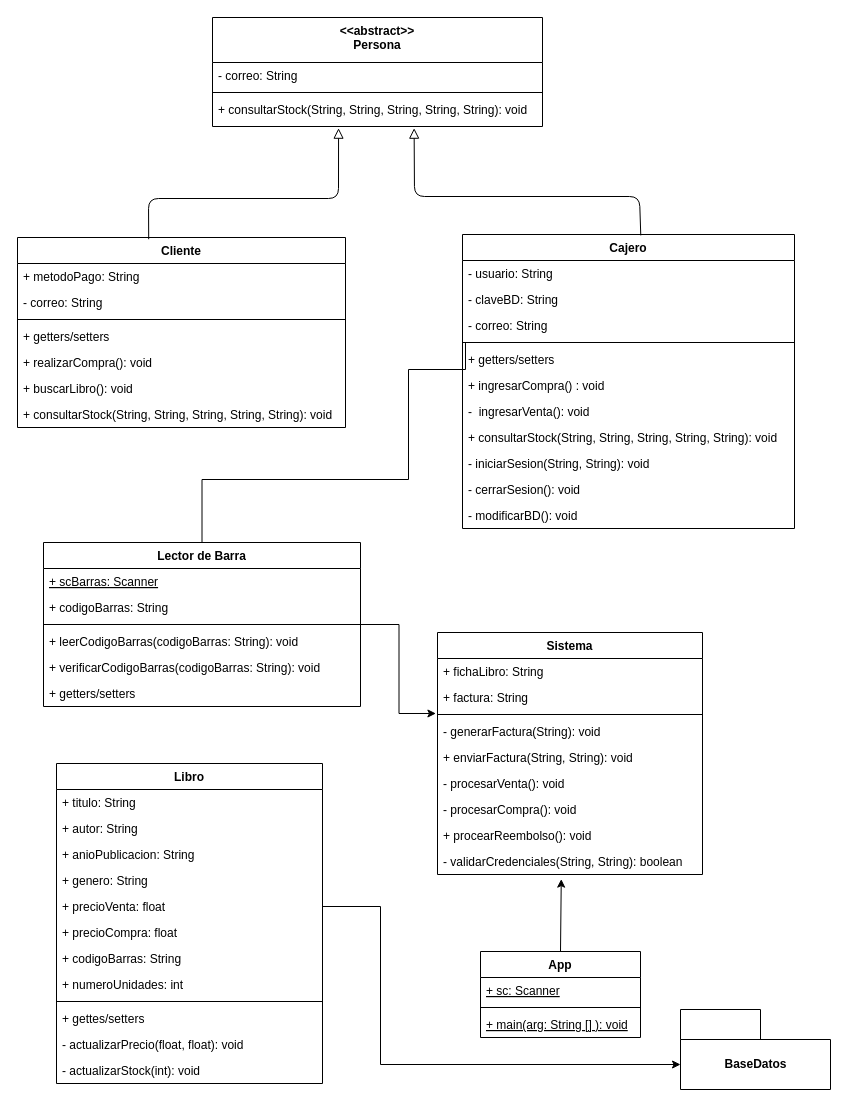
This is design/DC_PrjL.dio from AlejandroTTD/Chapter-Connect-Library, a draw.io file, before an edit. Source tidied: cells renumbered, new cells numbered last; positions are measured from the earlier drawing's top-left corner, leaving out a move shared by most shapes. Both pictures are drawn from the tidied source at 100%, with x=0, y=0 at pixel (17, 17).
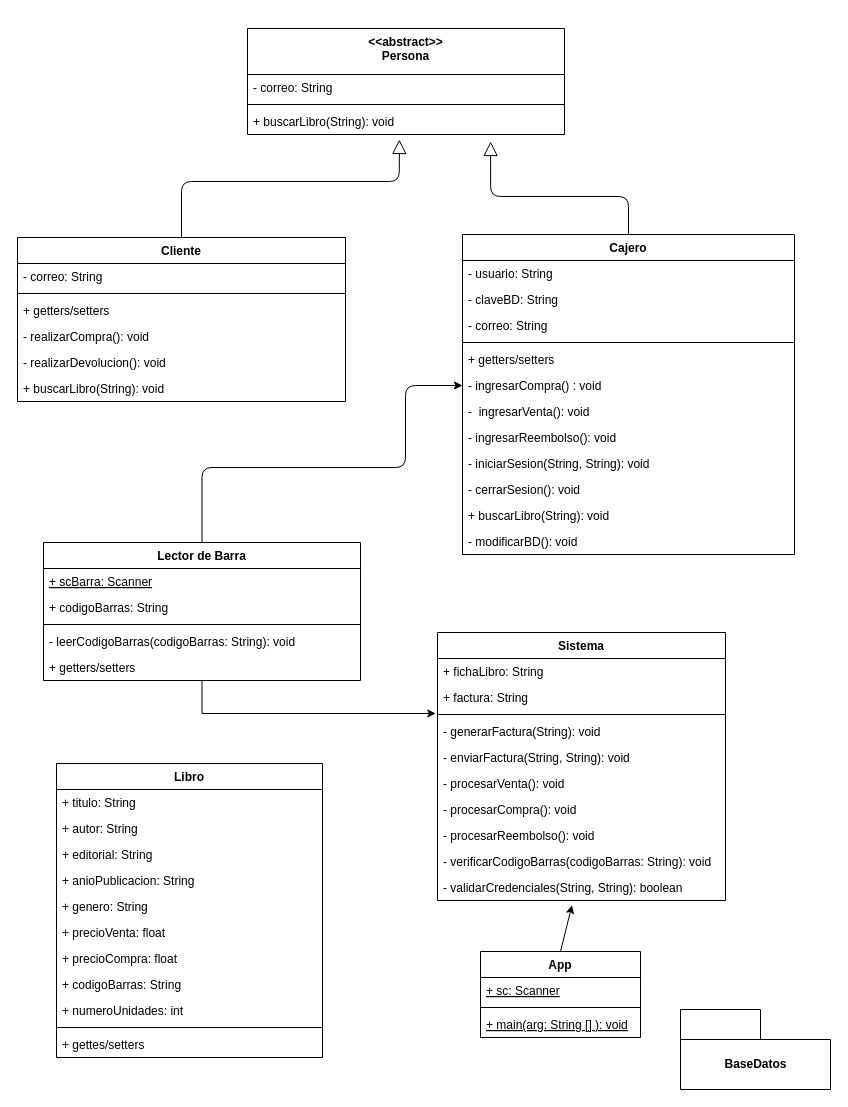
Above is the later version.

The change refers to these unchanged cells:
```xml
<mxCell id="15" value="+ getters/setters" style="text;strokeColor=none;fillColor=none;align=left;verticalAlign=top;spacingLeft=4;spacingRight=4;overflow=hidden;points=[[0,0.5],[1,0.5]];portConstraint=eastwest;" parent="10" vertex="1">
  <mxGeometry y="112" width="332" height="26" as="geometry" />
</mxCell>
<mxCell id="61" value="BaseDatos" style="shape=folder;fontStyle=1;tabWidth=80;tabHeight=30;tabPosition=left;html=1;boundedLbl=1;" parent="1" vertex="1">
  <mxGeometry x="663" y="992" width="150" height="80" as="geometry" />
</mxCell>
```

The edit, as a diff of the source:
```diff
@@
     <mxCell id="2" value="Cliente" style="swimlane;fontStyle=1;align=center;verticalAlign=top;horizontal=1;startSize=26;" parent="1" vertex="1">
-      <mxGeometry y="220" width="328" height="190" as="geometry" />
+      <mxGeometry y="220" width="328" height="164" as="geometry" />
     </mxCell>
-    <mxCell id="3" value="+ metodoPago: String" style="text;strokeColor=none;fillColor=none;align=left;verticalAlign=top;spacingLeft=4;spacingRight=4;overflow=hidden;" parent="2" vertex="1">
-      <mxGeometry y="26" width="328" height="26" as="geometry" />
-    </mxCell>
     <mxCell id="4" value="- correo: String" style="text;strokeColor=none;fillColor=none;align=left;verticalAlign=top;spacingLeft=4;spacingRight=4;overflow=hidden;" parent="2" vertex="1">
-      <mxGeometry y="52" width="328" height="26" as="geometry" />
+      <mxGeometry y="26" width="328" height="26" as="geometry" />
     </mxCell>
     <mxCell id="5" style="line;strokeWidth=1;fillColor=none;align=left;verticalAlign=middle;spacingTop=-1;spacingLeft=3;spacingRight=3;labelPosition=right;strokeColor=inherit;" parent="2" vertex="1">
-      <mxGeometry y="78" width="328" height="8" as="geometry" />
+      <mxGeometry y="52" width="328" height="8" as="geometry" />
     </mxCell>
     <mxCell id="6" value="+ getters/setters" style="text;strokeColor=none;fillColor=none;align=left;verticalAlign=top;spacingLeft=4;spacingRight=4;overflow=hidden;" parent="2" vertex="1">
-      <mxGeometry y="86" width="328" height="26" as="geometry" />
+      <mxGeometry y="60" width="328" height="26" as="geometry" />
     </mxCell>
-    <mxCell id="7" value="+ realizarCompra(): void" style="text;strokeColor=none;fillColor=none;align=left;verticalAlign=top;spacingLeft=4;spacingRight=4;overflow=hidden;" parent="2" vertex="1">
-      <mxGeometry y="112" width="328" height="26" as="geometry" />
+    <mxCell id="7" value="- realizarCompra(): void" style="text;strokeColor=none;fillColor=none;align=left;verticalAlign=top;spacingLeft=4;spacingRight=4;overflow=hidden;" parent="2" vertex="1">
+      <mxGeometry y="86" width="328" height="26" as="geometry" />
     </mxCell>
-    <mxCell id="8" value="+ buscarLibro(): void" style="text;strokeColor=none;fillColor=none;align=left;verticalAlign=top;spacingLeft=4;spacingRight=4;overflow=hidden;" parent="2" vertex="1">
-      <mxGeometry y="138" width="328" height="26" as="geometry" />
-    </mxCell>
-    <mxCell id="9" value="+ consultarStock(String, String, String, String, String): void" style="text;strokeColor=none;fillColor=none;align=left;verticalAlign=top;spacingLeft=4;spacingRight=4;overflow=hidden;" parent="2" vertex="1">
-      <mxGeometry y="164" width="328" height="26" as="geometry" />
-    </mxCell>
+    <mxCell id="67" value="- realizarDevolucion(): void" style="text;strokeColor=none;fillColor=none;align=left;verticalAlign=top;spacingLeft=4;spacingRight=4;overflow=hidden;" parent="2" vertex="1">
+      <mxGeometry y="112" width="328" height="26" as="geometry" />
+    </mxCell>
+    <mxCell id="68" value="+ buscarLibro(String): void" style="text;strokeColor=none;fillColor=none;align=left;verticalAlign=top;spacingLeft=4;spacingRight=4;overflow=hidden;" parent="2" vertex="1">
+      <mxGeometry y="138" width="328" height="26" as="geometry" />
+    </mxCell>
     <mxCell id="10" value="Cajero" style="swimlane;fontStyle=1;align=center;verticalAlign=top;horizontal=1;startSize=26;" parent="1" vertex="1">
-      <mxGeometry x="445" y="217" width="332" height="294" as="geometry" />
+      <mxGeometry x="445" y="217" width="332" height="320" as="geometry" />
     </mxCell>
@@
-    <mxCell id="16" value="+ ingresarCompra() : void" style="text;strokeColor=none;fillColor=none;align=left;verticalAlign=top;spacingLeft=4;spacingRight=4;overflow=hidden;points=[[0,0.5],[1,0.5]];portConstraint=eastwest;" parent="10" vertex="1">
+    <mxCell id="16" value="- ingresarCompra() : void" style="text;strokeColor=none;fillColor=none;align=left;verticalAlign=top;spacingLeft=4;spacingRight=4;overflow=hidden;points=[[0,0.5],[1,0.5]];portConstraint=eastwest;" parent="10" vertex="1">
       <mxGeometry y="138" width="332" height="26" as="geometry" />
     </mxCell>
@@
-    <mxCell id="18" value="+ consultarStock(String, String, String, String, String): void" style="text;strokeColor=none;fillColor=none;align=left;verticalAlign=top;spacingLeft=4;spacingRight=4;overflow=hidden;" parent="10" vertex="1">
-      <mxGeometry y="190" width="332" height="26" as="geometry" />
-    </mxCell>
+    <mxCell id="69" value="- ingresarReembolso(): void" style="text;strokeColor=none;fillColor=none;align=left;verticalAlign=top;spacingLeft=4;spacingRight=4;overflow=hidden;" parent="10" vertex="1">
+      <mxGeometry y="190" width="332" height="26" as="geometry" />
+    </mxCell>
@@
+    <mxCell id="70" value="+ buscarLibro(String): void" style="text;strokeColor=none;fillColor=none;align=left;verticalAlign=top;spacingLeft=4;spacingRight=4;overflow=hidden;" parent="10" vertex="1">
+      <mxGeometry y="268" width="332" height="26" as="geometry" />
+    </mxCell>
     <mxCell id="21" value="- modificarBD(): void&#10;" style="text;strokeColor=none;fillColor=none;align=left;verticalAlign=top;spacingLeft=4;spacingRight=4;overflow=hidden;" parent="10" vertex="1">
-      <mxGeometry y="268" width="332" height="26" as="geometry" />
+      <mxGeometry y="294" width="332" height="26" as="geometry" />
     </mxCell>
-    <mxCell id="22" value="&lt;&lt;abstract&gt;&gt;&#10;Persona" style="swimlane;fontStyle=1;align=center;verticalAlign=top;horizontal=1;startSize=45;" parent="1" vertex="1">
-      <mxGeometry x="195" width="330" height="109" as="geometry" />
-    </mxCell>
-    <mxCell id="23" value="- correo: String" style="text;strokeColor=none;fillColor=none;align=left;verticalAlign=top;spacingLeft=4;spacingRight=4;overflow=hidden;" parent="22" vertex="1">
-      <mxGeometry y="45" width="330" height="26" as="geometry" />
-    </mxCell>
-    <mxCell id="24" style="line;strokeWidth=1;fillColor=none;align=left;verticalAlign=middle;spacingTop=-1;spacingLeft=3;spacingRight=3;labelPosition=right;strokeColor=inherit;" parent="22" vertex="1">
-      <mxGeometry y="71" width="330" height="8" as="geometry" />
-    </mxCell>
-    <mxCell id="25" value="+ consultarStock(String, String, String, String, String): void" style="text;strokeColor=none;fillColor=none;align=left;verticalAlign=top;spacingLeft=4;spacingRight=4;overflow=hidden;points=[[0,0.5],[1,0.5]];portConstraint=eastwest;" parent="22" vertex="1">
-      <mxGeometry y="79" width="330" height="30" as="geometry" />
-    </mxCell>
@@
+    <mxCell id="71" style="edgeStyle=orthogonalEdgeStyle;html=1;entryX=0;entryY=0.5;entryDx=0;entryDy=0;" parent="1" edge="1" source="27" target="16">
+      <mxGeometry relative="1" as="geometry">
+        <Array as="points">
+          <mxPoint x="185" y="450" />
+          <mxPoint x="388" y="450" />
+          <mxPoint x="388" y="368" />
+        </Array>
+      </mxGeometry>
+    </mxCell>
     <mxCell id="27" value="Lector de Barra" style="swimlane;fontStyle=1;align=center;verticalAlign=top;horizontal=1;startSize=26;" parent="1" vertex="1">
-      <mxGeometry x="26" y="525" width="317" height="164" as="geometry" />
+      <mxGeometry x="26" y="525" width="317" height="138" as="geometry" />
     </mxCell>
-    <mxCell id="28" value="+ scBarras: Scanner" style="text;strokeColor=none;fillColor=none;align=left;verticalAlign=top;spacingLeft=4;spacingRight=4;overflow=hidden;fontStyle=4;" parent="27" vertex="1">
+    <mxCell id="28" value="+ scBarra: Scanner" style="text;strokeColor=none;fillColor=none;align=left;verticalAlign=top;spacingLeft=4;spacingRight=4;overflow=hidden;fontStyle=4;" parent="27" vertex="1">
       <mxGeometry y="26" width="317" height="26" as="geometry" />
     </mxCell>
@@
-    <mxCell id="31" value="+ leerCodigoBarras(codigoBarras: String): void" style="text;strokeColor=none;fillColor=none;align=left;verticalAlign=top;spacingLeft=4;spacingRight=4;overflow=hidden;" parent="27" vertex="1">
+    <mxCell id="31" value="- leerCodigoBarras(codigoBarras: String): void" style="text;strokeColor=none;fillColor=none;align=left;verticalAlign=top;spacingLeft=4;spacingRight=4;overflow=hidden;" parent="27" vertex="1">
       <mxGeometry y="86" width="317" height="26" as="geometry" />
     </mxCell>
-    <mxCell id="32" value="+ verificarCodigoBarras(codigoBarras: String): void" style="text;strokeColor=none;fillColor=none;align=left;verticalAlign=top;spacingLeft=4;spacingRight=4;overflow=hidden;" parent="27" vertex="1">
-      <mxGeometry y="112" width="317" height="26" as="geometry" />
-    </mxCell>
     <mxCell id="33" value="+ getters/setters" style="text;strokeColor=none;fillColor=none;align=left;verticalAlign=top;spacingLeft=4;spacingRight=4;overflow=hidden;" parent="27" vertex="1">
-      <mxGeometry y="138" width="317" height="26" as="geometry" />
+      <mxGeometry y="112" width="317" height="26" as="geometry" />
     </mxCell>
@@
     <mxCell id="38" value="Sistema" style="swimlane;fontStyle=1;align=center;verticalAlign=top;horizontal=1;startSize=26;" parent="1" vertex="1">
-      <mxGeometry x="420" y="615" width="265" height="242" as="geometry" />
+      <mxGeometry x="420" y="615" width="288" height="268" as="geometry" />
     </mxCell>
     <mxCell id="39" value="+ fichaLibro: String" style="text;strokeColor=none;fillColor=none;align=left;verticalAlign=top;spacingLeft=4;spacingRight=4;overflow=hidden;" parent="38" vertex="1">
-      <mxGeometry y="26" width="265" height="26" as="geometry" />
+      <mxGeometry y="26" width="288" height="26" as="geometry" />
     </mxCell>
     <mxCell id="40" value="+ factura: String" style="text;strokeColor=none;fillColor=none;align=left;verticalAlign=top;spacingLeft=4;spacingRight=4;overflow=hidden;points=[[0,0.5],[1,0.5]];portConstraint=eastwest;" parent="38" vertex="1">
-      <mxGeometry y="52" width="265" height="26" as="geometry" />
+      <mxGeometry y="52" width="288" height="26" as="geometry" />
     </mxCell>
     <mxCell id="41" style="line;strokeWidth=1;fillColor=none;align=left;verticalAlign=middle;spacingTop=-1;spacingLeft=3;spacingRight=3;labelPosition=right;strokeColor=inherit;" parent="38" vertex="1">
-      <mxGeometry y="78" width="265" height="8" as="geometry" />
+      <mxGeometry y="78" width="288" height="8" as="geometry" />
     </mxCell>
     <mxCell id="42" value="- generarFactura(String): void" style="text;strokeColor=none;fillColor=none;align=left;verticalAlign=top;spacingLeft=4;spacingRight=4;overflow=hidden;" parent="38" vertex="1">
-      <mxGeometry y="86" width="265" height="26" as="geometry" />
+      <mxGeometry y="86" width="288" height="26" as="geometry" />
     </mxCell>
-    <mxCell id="43" value="+ enviarFactura(String, String): void" style="text;strokeColor=none;fillColor=none;align=left;verticalAlign=top;spacingLeft=4;spacingRight=4;overflow=hidden;" parent="38" vertex="1">
-      <mxGeometry y="112" width="265" height="26" as="geometry" />
+    <mxCell id="43" value="- enviarFactura(String, String): void" style="text;strokeColor=none;fillColor=none;align=left;verticalAlign=top;spacingLeft=4;spacingRight=4;overflow=hidden;" parent="38" vertex="1">
+      <mxGeometry y="112" width="288" height="26" as="geometry" />
     </mxCell>
     <mxCell id="44" value="- procesarVenta(): void" style="text;strokeColor=none;fillColor=none;align=left;verticalAlign=top;spacingLeft=4;spacingRight=4;overflow=hidden;" parent="38" vertex="1">
-      <mxGeometry y="138" width="265" height="26" as="geometry" />
+      <mxGeometry y="138" width="288" height="26" as="geometry" />
     </mxCell>
     <mxCell id="45" value="- procesarCompra(): void&#10;" style="text;strokeColor=none;fillColor=none;align=left;verticalAlign=top;spacingLeft=4;spacingRight=4;overflow=hidden;" parent="38" vertex="1">
-      <mxGeometry y="164" width="265" height="26" as="geometry" />
+      <mxGeometry y="164" width="288" height="26" as="geometry" />
     </mxCell>
-    <mxCell id="46" value="+ procearReembolso(): void" style="text;strokeColor=none;fillColor=none;align=left;verticalAlign=top;spacingLeft=4;spacingRight=4;overflow=hidden;" parent="38" vertex="1">
-      <mxGeometry y="190" width="265" height="26" as="geometry" />
+    <mxCell id="46" value="- procesarReembolso(): void" style="text;strokeColor=none;fillColor=none;align=left;verticalAlign=top;spacingLeft=4;spacingRight=4;overflow=hidden;" parent="38" vertex="1">
+      <mxGeometry y="190" width="288" height="26" as="geometry" />
     </mxCell>
+    <mxCell id="72" value="- verificarCodigoBarras(codigoBarras: String): void" style="text;strokeColor=none;fillColor=none;align=left;verticalAlign=top;spacingLeft=4;spacingRight=4;overflow=hidden;" parent="38" vertex="1">
+      <mxGeometry y="216" width="288" height="26" as="geometry" />
+    </mxCell>
     <mxCell id="47" value="- validarCredenciales(String, String): boolean" style="text;strokeColor=none;fillColor=none;align=left;verticalAlign=top;spacingLeft=4;spacingRight=4;overflow=hidden;points=[[0,0.5],[1,0.5]];portConstraint=eastwest;" parent="38" vertex="1">
-      <mxGeometry y="216" width="265" height="26" as="geometry" />
+      <mxGeometry y="242" width="288" height="26" as="geometry" />
     </mxCell>
     <mxCell id="48" value="Libro" style="swimlane;fontStyle=1;align=center;verticalAlign=top;horizontal=1;startSize=26;" parent="1" vertex="1">
-      <mxGeometry x="39" y="746" width="266" height="320" as="geometry" />
+      <mxGeometry x="39" y="746" width="266" height="294" as="geometry" />
     </mxCell>
@@
+    <mxCell id="73" value="+ editorial: String" style="text;strokeColor=none;fillColor=none;align=left;verticalAlign=top;spacingLeft=4;spacingRight=4;overflow=hidden;" parent="48" vertex="1">
+      <mxGeometry y="78" width="266" height="26" as="geometry" />
+    </mxCell>
     <mxCell id="51" value="+ anioPublicacion: String" style="text;strokeColor=none;fillColor=none;align=left;verticalAlign=top;spacingLeft=4;spacingRight=4;overflow=hidden;" parent="48" vertex="1">
-      <mxGeometry y="78" width="266" height="26" as="geometry" />
+      <mxGeometry y="104" width="266" height="26" as="geometry" />
     </mxCell>
     <mxCell id="52" value="+ genero: String" style="text;strokeColor=none;fillColor=none;align=left;verticalAlign=top;spacingLeft=4;spacingRight=4;overflow=hidden;" parent="48" vertex="1">
-      <mxGeometry y="104" width="266" height="26" as="geometry" />
+      <mxGeometry y="130" width="266" height="26" as="geometry" />
     </mxCell>
     <mxCell id="53" value="+ precioVenta: float" style="text;strokeColor=none;fillColor=none;align=left;verticalAlign=top;spacingLeft=4;spacingRight=4;overflow=hidden;points=[[0,0.5],[1,0.5]];portConstraint=eastwest;" parent="48" vertex="1">
-      <mxGeometry y="130" width="266" height="26" as="geometry" />
+      <mxGeometry y="156" width="266" height="26" as="geometry" />
     </mxCell>
     <mxCell id="54" value="+ precioCompra: float" style="text;strokeColor=none;fillColor=none;align=left;verticalAlign=top;spacingLeft=4;spacingRight=4;overflow=hidden;" parent="48" vertex="1">
-      <mxGeometry y="156" width="266" height="26" as="geometry" />
+      <mxGeometry y="182" width="266" height="26" as="geometry" />
     </mxCell>
     <mxCell id="55" value="+ codigoBarras: String" style="text;strokeColor=none;fillColor=none;align=left;verticalAlign=top;spacingLeft=4;spacingRight=4;overflow=hidden;" parent="48" vertex="1">
-      <mxGeometry y="182" width="266" height="26" as="geometry" />
+      <mxGeometry y="208" width="266" height="26" as="geometry" />
     </mxCell>
     <mxCell id="56" value="+ numeroUnidades: int" style="text;strokeColor=none;fillColor=none;align=left;verticalAlign=top;spacingLeft=4;spacingRight=4;overflow=hidden;" parent="48" vertex="1">
-      <mxGeometry y="208" width="266" height="26" as="geometry" />
+      <mxGeometry y="234" width="266" height="26" as="geometry" />
     </mxCell>
     <mxCell id="57" style="line;strokeWidth=1;fillColor=none;align=left;verticalAlign=middle;spacingTop=-1;spacingLeft=3;spacingRight=3;labelPosition=right;strokeColor=inherit;" parent="48" vertex="1">
-      <mxGeometry y="234" width="266" height="8" as="geometry" />
+      <mxGeometry y="260" width="266" height="8" as="geometry" />
     </mxCell>
     <mxCell id="58" value="+ gettes/setters&#10;" style="text;strokeColor=none;fillColor=none;align=left;verticalAlign=top;spacingLeft=4;spacingRight=4;overflow=hidden;" parent="48" vertex="1">
-      <mxGeometry y="242" width="266" height="26" as="geometry" />
+      <mxGeometry y="268" width="266" height="26" as="geometry" />
     </mxCell>
-    <mxCell id="59" value="- actualizarPrecio(float, float): void" style="text;strokeColor=none;fillColor=none;align=left;verticalAlign=top;spacingLeft=4;spacingRight=4;overflow=hidden;" parent="48" vertex="1">
-      <mxGeometry y="268" width="266" height="26" as="geometry" />
-    </mxCell>
-    <mxCell id="60" value="- actualizarStock(int): void" style="text;strokeColor=none;fillColor=none;align=left;verticalAlign=top;spacingLeft=4;spacingRight=4;overflow=hidden;" parent="48" vertex="1">
-      <mxGeometry y="294" width="266" height="26" as="geometry" />
-    </mxCell>
@@
-    <mxCell id="62" style="endArrow=block;startArrow=none;endFill=0;startFill=0;endSize=8;html=1;verticalAlign=bottom;labelBackgroundColor=none;exitX=0.4;exitY=0.009;exitDx=0;exitDy=0;exitPerimeter=0;entryX=0.382;entryY=1.056;entryDx=0;entryDy=0;entryPerimeter=0;" parent="1" edge="1" source="2" target="25">
-      <mxGeometry relative="1" as="geometry">
-        <Array as="points">
-          <mxPoint x="131" y="181" />
-          <mxPoint x="321" y="181" />
-        </Array>
-      </mxGeometry>
-    </mxCell>
-    <mxCell id="63" style="endArrow=block;startArrow=none;endFill=0;startFill=0;endSize=8;html=1;verticalAlign=bottom;labelBackgroundColor=none;entryX=0.611;entryY=1.056;entryDx=0;entryDy=0;entryPerimeter=0;exitX=0.537;exitY=0.003;exitDx=0;exitDy=0;exitPerimeter=0;" parent="1" edge="1" source="10" target="25">
-      <mxGeometry relative="1" as="geometry">
-        <Array as="points">
-          <mxPoint x="622" y="179" />
-          <mxPoint x="397" y="179" />
-        </Array>
-      </mxGeometry>
-    </mxCell>
-    <mxCell id="64" style="endArrow=none;html=1;exitX=0.009;exitY=-0.132;exitDx=0;exitDy=0;exitPerimeter=0;entryX=0.5;entryY=0;entryDx=0;entryDy=0;rounded=0;edgeStyle=orthogonalEdgeStyle;" parent="1" edge="1" source="15" target="27">
-      <mxGeometry relative="1" as="geometry">
-        <Array as="points">
-          <mxPoint x="391" y="352" />
-          <mxPoint x="391" y="462" />
-          <mxPoint x="185" y="462" />
-        </Array>
-      </mxGeometry>
-    </mxCell>
-    <mxCell id="65" style="edgeStyle=orthogonalEdgeStyle;rounded=0;html=1;entryX=0;entryY=0;entryDx=0;entryDy=55;entryPerimeter=0;" parent="1" edge="1" source="53" target="61">
-      <mxGeometry relative="1" as="geometry">
-        <Array as="points">
-          <mxPoint x="363" y="889" />
-          <mxPoint x="363" y="1047" />
-        </Array>
-      </mxGeometry>
-    </mxCell>
@@
+    <mxCell id="74" style="endArrow=block;endFill=0;endSize=12;html=1;exitX=0.5;exitY=0;exitDx=0;exitDy=0;entryX=0.767;entryY=1.269;entryDx=0;entryDy=0;entryPerimeter=0;edgeStyle=orthogonalEdgeStyle;" parent="1" edge="1" source="10" target="76">
+      <mxGeometry relative="1" as="geometry">
+        <Array as="points">
+          <mxPoint x="611" y="179" />
+          <mxPoint x="473" y="179" />
+        </Array>
+      </mxGeometry>
+    </mxCell>
+    <mxCell id="22" value="&lt;&lt;abstract&gt;&gt;&#10;Persona" style="swimlane;fontStyle=1;align=center;verticalAlign=top;horizontal=1;startSize=46;" parent="1" vertex="1">
+      <mxGeometry x="230" y="11" width="317" height="106" as="geometry" />
+    </mxCell>
+    <mxCell id="23" value="- correo: String" style="text;strokeColor=none;fillColor=none;align=left;verticalAlign=top;spacingLeft=4;spacingRight=4;overflow=hidden;" parent="22" vertex="1">
+      <mxGeometry y="46" width="317" height="26" as="geometry" />
+    </mxCell>
+    <mxCell id="75" style="line;strokeWidth=1;fillColor=none;align=left;verticalAlign=middle;spacingTop=-1;spacingLeft=3;spacingRight=3;labelPosition=right;strokeColor=inherit;" parent="22" vertex="1">
+      <mxGeometry y="72" width="317" height="8" as="geometry" />
+    </mxCell>
+    <mxCell id="76" value="+ buscarLibro(String): void" style="text;strokeColor=none;fillColor=none;align=left;verticalAlign=top;spacingLeft=4;spacingRight=4;overflow=hidden;points=[[0,0.5],[1,0.5]];portConstraint=eastwest;" parent="22" vertex="1">
+      <mxGeometry y="80" width="317" height="26" as="geometry" />
+    </mxCell>
+    <mxCell id="77" style="endArrow=block;endFill=0;endSize=12;html=1;exitX=0.5;exitY=0;exitDx=0;exitDy=0;entryX=0.479;entryY=1.192;entryDx=0;entryDy=0;entryPerimeter=0;edgeStyle=orthogonalEdgeStyle;" parent="1" edge="1" source="2" target="76">
+      <mxGeometry relative="1" as="geometry">
+        <Array as="points">
+          <mxPoint x="164" y="164" />
+          <mxPoint x="382" y="164" />
+        </Array>
+      </mxGeometry>
+    </mxCell>
```
